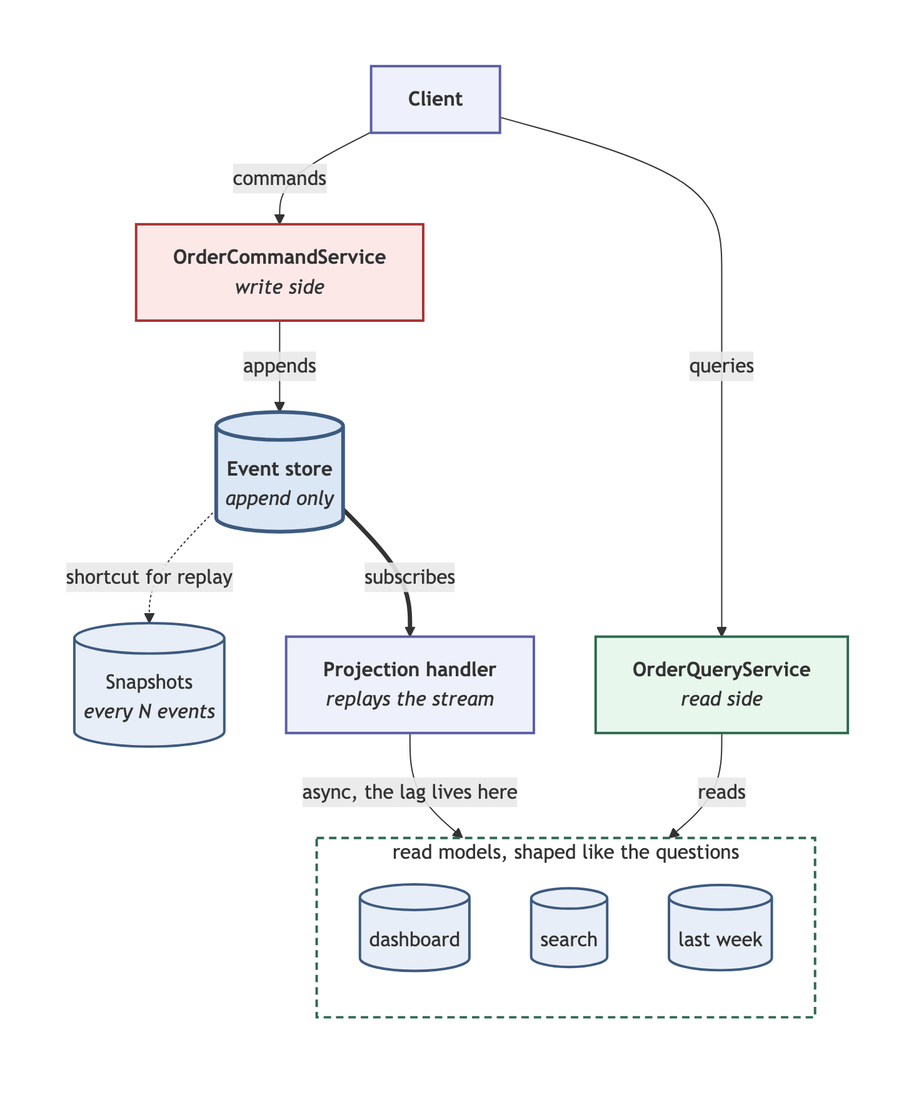
This is assets/article_images/2026-08-21-from-cqrs-to-event-driven-architecture/04-es-cqrs.png from maldins46/comepaolo-blog-v2, a Mermaid export, as it was before one commit. Its source is kept beside it as assets/article_images/2026-08-21-from-cqrs-to-event-driven-architecture/04-es-cqrs.mmd.
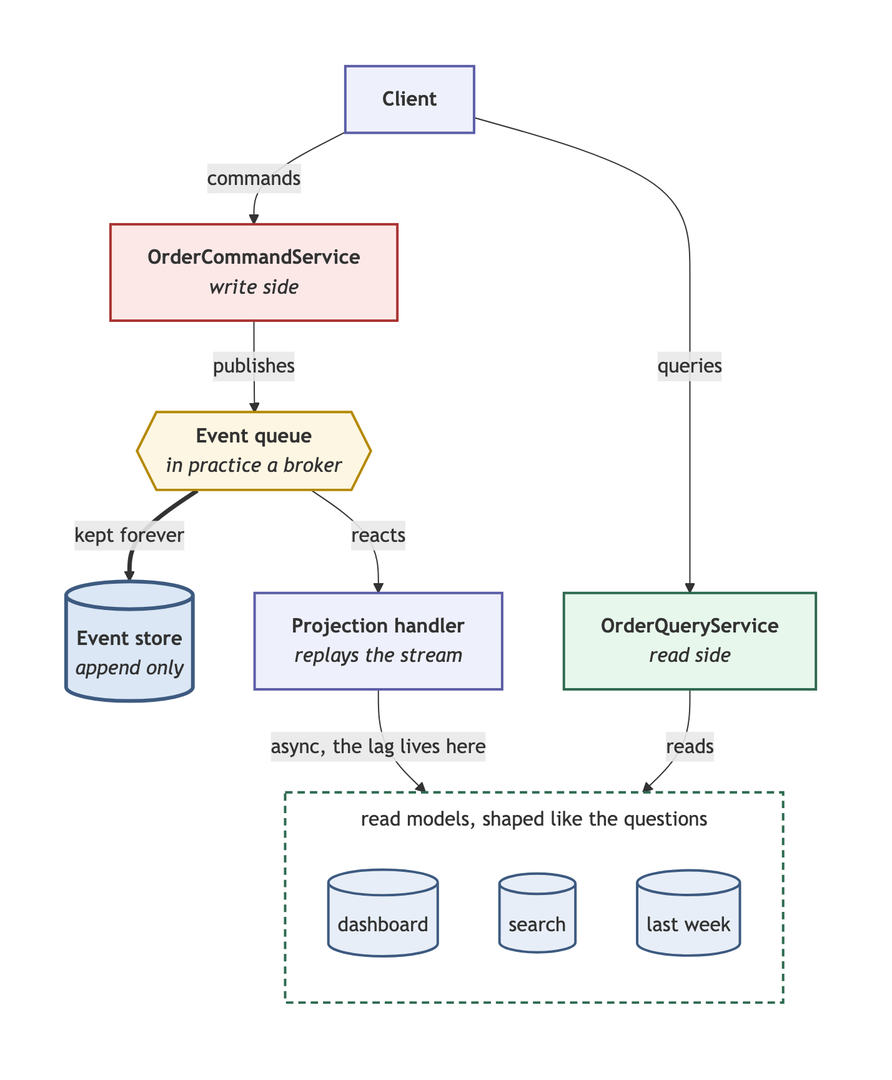
The same diagram one commit later.

What changed in the source:
```diff
@@ -1,8 +1,8 @@
 flowchart TB
   C["<b>Client</b>"]
   CS["<b>OrderCommandService</b><br/><i>write side</i>"]
+  Q{{"<b>Event queue</b><br/><i>in practice a broker</i>"}}
   ES[("<b>Event store</b><br/><i>append only</i>")]
-  SN[("Snapshots<br/><i>every N events</i>")]
   H["<b>Projection handler</b><br/><i>replays the stream</i>"]
   QS["<b>OrderQueryService</b><br/><i>read side</i>"]
 
@@ -14,9 +14,9 @@
   end
 
   C -->|commands| CS
-  CS -->|appends| ES
-  ES -.->|shortcut for replay| SN
-  ES ==>|subscribes| H
+  CS -->|publishes| Q
+  Q ==>|kept forever| ES
+  Q -->|reacts| H
   H -->|async, the lag lives here| RM
   C -->|queries| QS
   QS -->|reads| RM
@@ -26,9 +26,11 @@
   classDef write fill:#fde8e8,stroke:#a33,stroke-width:2px
   classDef read fill:#e8f7ec,stroke:#2d6a4f,stroke-width:2px
   classDef comp fill:#eef0fb,stroke:#5b5ea6,stroke-width:2px
+  classDef queue fill:#fdf6e3,stroke:#b58900,stroke-width:2px
   class ES main
-  class SN,R1,R2,R3 store
+  class R1,R2,R3 store
   class CS write
   class QS read
   class C,H comp
+  class Q queue
   style RM fill:#ffffff,stroke:#2d6a4f,stroke-width:2px,stroke-dasharray: 6 4
```
